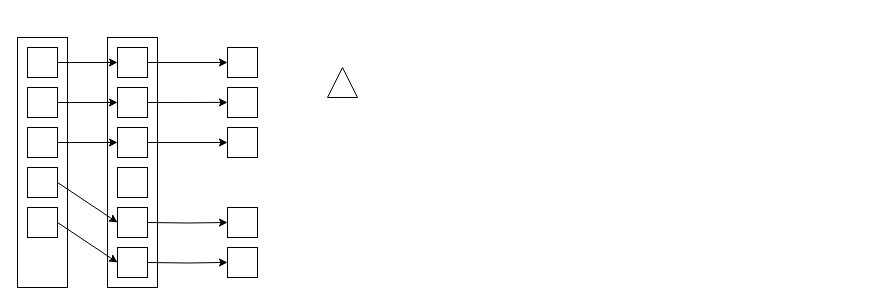
spaceboy202105/img keeps this draw.io diagram as coarse-fine.drawio. Above is the earlier version. Source tidied: cells renumbered, new cells numbered last; positions are measured from the earlier drawing's top-left corner, leaving out a move shared by most shapes. Both pictures are drawn from the tidied source at 100%, with x=0, y=0 at pixel (17, 37).
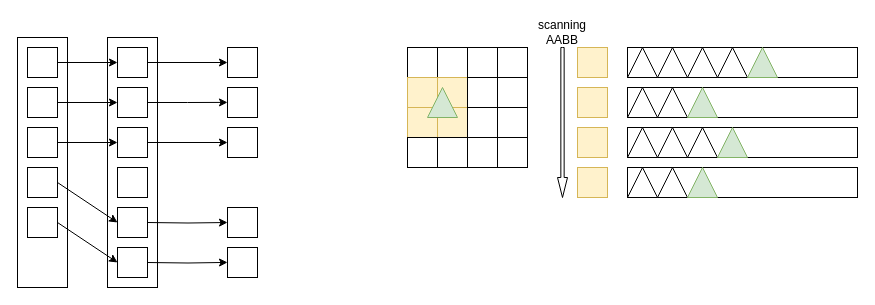
The same diagram, later.

Change to the diagram source:
```diff
@@
+    <mxCell id="31" style="rounded=0;whiteSpace=wrap;html=1;" parent="1" vertex="1">
+      <mxGeometry x="390" y="10" width="30" height="30" as="geometry" />
+    </mxCell>
+    <mxCell id="32" style="rounded=0;whiteSpace=wrap;html=1;" parent="1" vertex="1">
+      <mxGeometry x="420" y="10" width="30" height="30" as="geometry" />
+    </mxCell>
+    <mxCell id="33" style="rounded=0;whiteSpace=wrap;html=1;" parent="1" vertex="1">
+      <mxGeometry x="450" y="10" width="30" height="30" as="geometry" />
+    </mxCell>
+    <mxCell id="34" style="rounded=0;whiteSpace=wrap;html=1;" parent="1" vertex="1">
+      <mxGeometry x="480" y="10" width="30" height="30" as="geometry" />
+    </mxCell>
+    <mxCell id="35" style="rounded=0;whiteSpace=wrap;html=1;fillColor=#fff2cc;strokeColor=#d6b656;" parent="1" vertex="1">
+      <mxGeometry x="390" y="40" width="30" height="30" as="geometry" />
+    </mxCell>
+    <mxCell id="36" style="rounded=0;whiteSpace=wrap;html=1;fillColor=#fff2cc;strokeColor=#d6b656;" parent="1" vertex="1">
+      <mxGeometry x="420" y="40" width="30" height="30" as="geometry" />
+    </mxCell>
+    <mxCell id="37" style="rounded=0;whiteSpace=wrap;html=1;" parent="1" vertex="1">
+      <mxGeometry x="450" y="40" width="30" height="30" as="geometry" />
+    </mxCell>
+    <mxCell id="38" style="rounded=0;whiteSpace=wrap;html=1;" parent="1" vertex="1">
+      <mxGeometry x="480" y="40" width="30" height="30" as="geometry" />
+    </mxCell>
+    <mxCell id="39" style="rounded=0;whiteSpace=wrap;html=1;fillColor=#fff2cc;strokeColor=#d6b656;" parent="1" vertex="1">
+      <mxGeometry x="390" y="70" width="30" height="30" as="geometry" />
+    </mxCell>
+    <mxCell id="40" style="rounded=0;whiteSpace=wrap;html=1;fillColor=#fff2cc;strokeColor=#d6b656;" parent="1" vertex="1">
+      <mxGeometry x="420" y="70" width="30" height="30" as="geometry" />
+    </mxCell>
+    <mxCell id="41" style="rounded=0;whiteSpace=wrap;html=1;" parent="1" vertex="1">
+      <mxGeometry x="450" y="70" width="30" height="30" as="geometry" />
+    </mxCell>
+    <mxCell id="42" style="rounded=0;whiteSpace=wrap;html=1;" parent="1" vertex="1">
+      <mxGeometry x="480" y="70" width="30" height="30" as="geometry" />
+    </mxCell>
+    <mxCell id="43" style="rounded=0;whiteSpace=wrap;html=1;" parent="1" vertex="1">
+      <mxGeometry x="390" y="100" width="30" height="30" as="geometry" />
+    </mxCell>
+    <mxCell id="44" style="rounded=0;whiteSpace=wrap;html=1;" parent="1" vertex="1">
+      <mxGeometry x="420" y="100" width="30" height="30" as="geometry" />
+    </mxCell>
+    <mxCell id="45" style="rounded=0;whiteSpace=wrap;html=1;" parent="1" vertex="1">
+      <mxGeometry x="450" y="100" width="30" height="30" as="geometry" />
+    </mxCell>
+    <mxCell id="46" style="rounded=0;whiteSpace=wrap;html=1;" parent="1" vertex="1">
+      <mxGeometry x="480" y="100" width="30" height="30" as="geometry" />
+    </mxCell>
-    <mxCell id="30" style="triangle;whiteSpace=wrap;html=1;rotation=-90;" parent="1" vertex="1">
-      <mxGeometry x="310" y="30" width="30" height="30" as="geometry" />
+    <mxCell id="30" style="triangle;whiteSpace=wrap;html=1;rotation=-90;fillColor=#d5e8d4;strokeColor=#82b366;" parent="1" vertex="1">
+      <mxGeometry x="410" y="50" width="30" height="30" as="geometry" />
     </mxCell>
+    <mxCell id="47" style="rounded=0;whiteSpace=wrap;html=1;fillColor=#fff2cc;strokeColor=#d6b656;" parent="1" vertex="1">
+      <mxGeometry x="560" y="10" width="30" height="30" as="geometry" />
+    </mxCell>
+    <mxCell id="48" style="rounded=0;whiteSpace=wrap;html=1;fillColor=#fff2cc;strokeColor=#d6b656;" parent="1" vertex="1">
+      <mxGeometry x="560" y="50" width="30" height="30" as="geometry" />
+    </mxCell>
+    <mxCell id="49" style="rounded=0;whiteSpace=wrap;html=1;fillColor=#fff2cc;strokeColor=#d6b656;" parent="1" vertex="1">
+      <mxGeometry x="560" y="90" width="30" height="30" as="geometry" />
+    </mxCell>
+    <mxCell id="50" style="rounded=0;whiteSpace=wrap;html=1;fillColor=#fff2cc;strokeColor=#d6b656;" parent="1" vertex="1">
+      <mxGeometry x="560" y="130" width="30" height="30" as="geometry" />
+    </mxCell>
+    <mxCell id="51" style="rounded=0;whiteSpace=wrap;html=1;" parent="1" vertex="1">
+      <mxGeometry x="610" y="10" width="230" height="30" as="geometry" />
+    </mxCell>
+    <mxCell id="52" style="rounded=0;whiteSpace=wrap;html=1;" parent="1" vertex="1">
+      <mxGeometry x="610" y="50" width="230" height="30" as="geometry" />
+    </mxCell>
+    <mxCell id="53" style="rounded=0;whiteSpace=wrap;html=1;" parent="1" vertex="1">
+      <mxGeometry x="610" y="90" width="230" height="30" as="geometry" />
+    </mxCell>
+    <mxCell id="54" style="rounded=0;whiteSpace=wrap;html=1;" parent="1" vertex="1">
+      <mxGeometry x="610" y="130" width="230" height="30" as="geometry" />
+    </mxCell>
+    <mxCell id="55" style="triangle;whiteSpace=wrap;html=1;rotation=-90;" parent="1" vertex="1">
+      <mxGeometry x="610" y="10" width="30" height="30" as="geometry" />
+    </mxCell>
+    <mxCell id="56" style="triangle;whiteSpace=wrap;html=1;rotation=-90;" parent="1" vertex="1">
+      <mxGeometry x="640" y="10" width="30" height="30" as="geometry" />
+    </mxCell>
+    <mxCell id="57" style="triangle;whiteSpace=wrap;html=1;rotation=-90;" parent="1" vertex="1">
+      <mxGeometry x="610" y="50" width="30" height="30" as="geometry" />
+    </mxCell>
+    <mxCell id="58" style="triangle;whiteSpace=wrap;html=1;rotation=-90;" parent="1" vertex="1">
+      <mxGeometry x="640" y="50" width="30" height="30" as="geometry" />
+    </mxCell>
+    <mxCell id="59" style="triangle;whiteSpace=wrap;html=1;rotation=-90;" parent="1" vertex="1">
+      <mxGeometry x="610" y="90" width="30" height="30" as="geometry" />
+    </mxCell>
+    <mxCell id="60" style="triangle;whiteSpace=wrap;html=1;rotation=-90;" parent="1" vertex="1">
+      <mxGeometry x="640" y="90" width="30" height="30" as="geometry" />
+    </mxCell>
+    <mxCell id="61" style="triangle;whiteSpace=wrap;html=1;rotation=-90;" parent="1" vertex="1">
+      <mxGeometry x="610" y="130" width="30" height="30" as="geometry" />
+    </mxCell>
+    <mxCell id="62" style="triangle;whiteSpace=wrap;html=1;rotation=-90;" parent="1" vertex="1">
+      <mxGeometry x="640" y="130" width="30" height="30" as="geometry" />
+    </mxCell>
+    <mxCell id="63" style="triangle;whiteSpace=wrap;html=1;rotation=-90;" parent="1" vertex="1">
+      <mxGeometry x="670" y="10" width="30" height="30" as="geometry" />
+    </mxCell>
+    <mxCell id="64" style="triangle;whiteSpace=wrap;html=1;rotation=-90;" parent="1" vertex="1">
+      <mxGeometry x="700" y="10" width="30" height="30" as="geometry" />
+    </mxCell>
+    <mxCell id="65" style="triangle;whiteSpace=wrap;html=1;rotation=-90;" parent="1" vertex="1">
+      <mxGeometry x="670" y="90" width="30" height="30" as="geometry" />
+    </mxCell>
+    <mxCell id="66" style="triangle;whiteSpace=wrap;html=1;rotation=-90;fillColor=#d5e8d4;strokeColor=#82b366;" parent="1" vertex="1">
+      <mxGeometry x="730" y="10" width="30" height="30" as="geometry" />
+    </mxCell>
+    <mxCell id="67" style="triangle;whiteSpace=wrap;html=1;rotation=-90;fillColor=#d5e8d4;strokeColor=#82b366;" parent="1" vertex="1">
+      <mxGeometry x="670" y="50" width="30" height="30" as="geometry" />
+    </mxCell>
+    <mxCell id="68" style="triangle;whiteSpace=wrap;html=1;rotation=-90;fillColor=#d5e8d4;strokeColor=#82b366;" parent="1" vertex="1">
+      <mxGeometry x="700" y="90" width="30" height="30" as="geometry" />
+    </mxCell>
+    <mxCell id="69" style="triangle;whiteSpace=wrap;html=1;rotation=-90;fillColor=#d5e8d4;strokeColor=#82b366;" parent="1" vertex="1">
+      <mxGeometry x="670" y="130" width="30" height="30" as="geometry" />
+    </mxCell>
+    <mxCell id="70" style="html=1;shadow=0;dashed=0;align=center;verticalAlign=middle;shape=mxgraph.arrows2.arrow;dy=0.67;dx=20;notch=0;rotation=90;" parent="1" vertex="1">
+      <mxGeometry x="470" y="80" width="150" height="10" as="geometry" />
+    </mxCell>
+    <mxCell id="71" value="scanning AABB" style="text;html=1;align=center;verticalAlign=middle;whiteSpace=wrap;rounded=0;" parent="1" vertex="1">
+      <mxGeometry x="515" y="-20" width="60" height="30" as="geometry" />
+    </mxCell>
```
